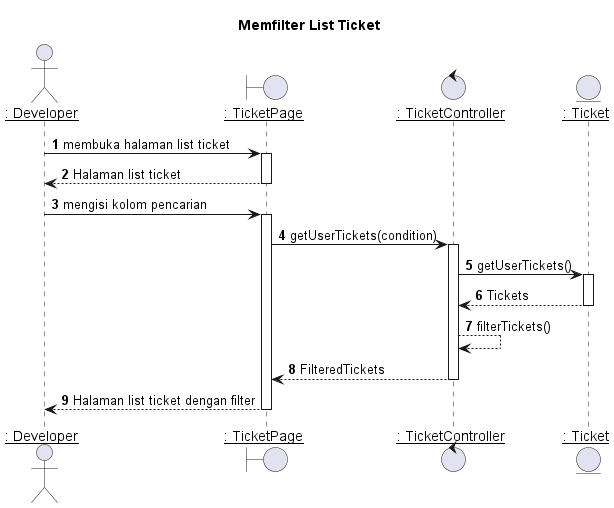
Earlier version of the PlantUML export out/plantuml/sequence/idev/idev2/Memfilter List Ticket.png (TAS-PKL/Laporan-PKL-Ticketing). Its diagram source:
```plantuml
@startuml Memfilter List Ticket

title "Memfilter List Ticket"

actor DEV as "__: Developer__"
boundary TicketPage as "__: TicketPage__"
control TicketController as "__: TicketController__"
entity Ticket as "__: Ticket__"

autonumber 1
DEV -> TicketPage: membuka halaman list ticket
activate TicketPage

TicketPage --> DEV : Halaman list ticket
deactivate TicketPage

DEV -> TicketPage: mengisi kolom pencarian
activate TicketPage

TicketPage -> TicketController: getUserTickets(condition)
activate TicketController

TicketController -> Ticket: getUserTickets()
activate Ticket

Ticket --> TicketController : Tickets
deactivate Ticket

TicketController --> TicketController : filterTickets()

TicketController --> TicketPage : FilteredTickets
deactivate TicketController

TicketPage --> DEV : Halaman list ticket dengan filter
deactivate TicketPage

@enduml
```
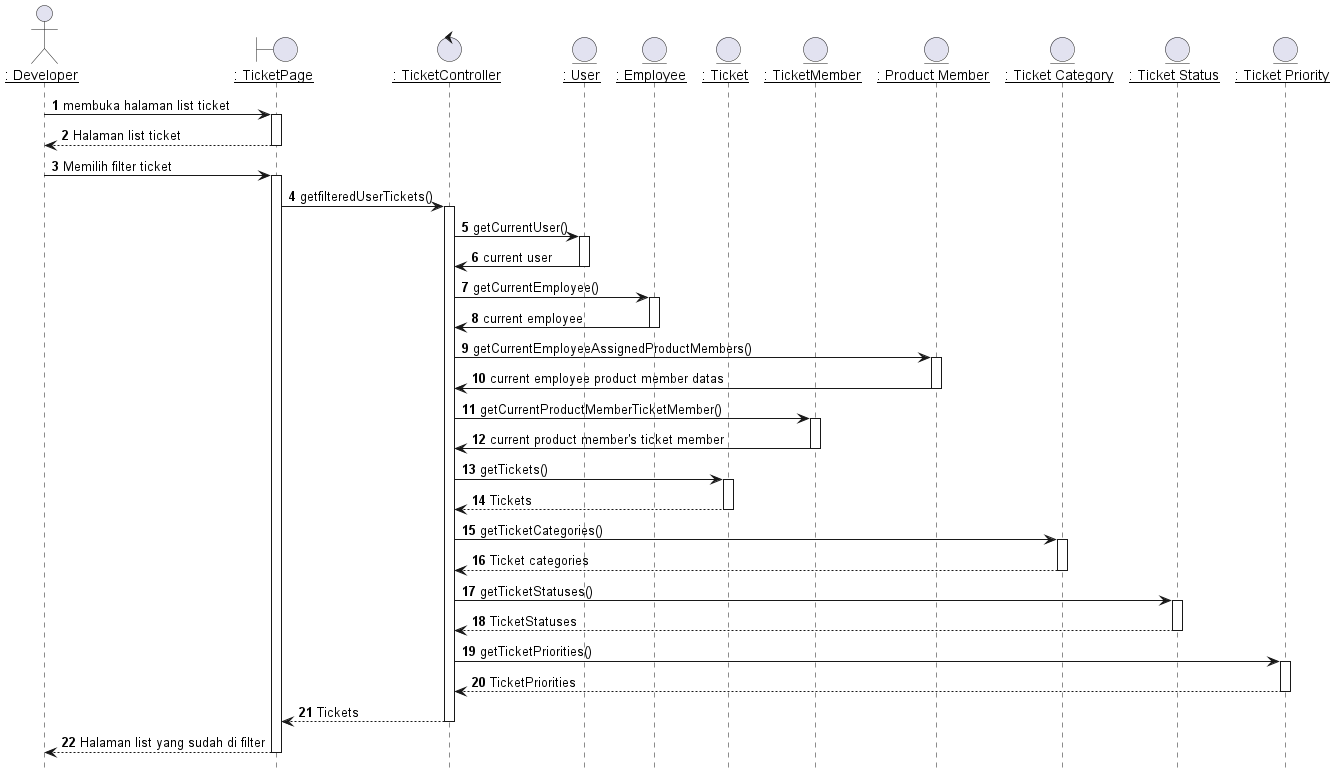
The same diagram one commit later.

Diff of the diagram source:
```diff
@@ -1,11 +1,19 @@
 @startuml Memfilter List Ticket
 
-title "Memfilter List Ticket"
+hide footbox
+
 
 actor DEV as "__: Developer__"
 boundary TicketPage as "__: TicketPage__"
 control TicketController as "__: TicketController__"
+entity Users as "__: User__"
+entity Employees as "__: Employee__"
 entity Ticket as "__: Ticket__"
+entity TicketMember as "__: TicketMember__"
+entity ProductMembers as "__: Product Member__"
+entity TicketCategories as "__: Ticket Category__"
+entity TicketStatuses as "__: Ticket Status__"
+entity TicketPriorities as "__: Ticket Priority__"
 
 autonumber 1
 DEV -> TicketPage: membuka halaman list ticket
@@ -14,24 +22,65 @@
 TicketPage --> DEV : Halaman list ticket
 deactivate TicketPage
 
-DEV -> TicketPage: mengisi kolom pencarian
+DEV -> TicketPage: Memilih filter ticket
 activate TicketPage
 
-TicketPage -> TicketController: getUserTickets(condition)
+TicketPage -> TicketController: getfilteredUserTickets()
 activate TicketController
 
-TicketController -> Ticket: getUserTickets()
+TicketController -> Users: getCurrentUser()
+activate Users
+
+Users -> TicketController: current user
+deactivate Users
+
+TicketController -> Employees: getCurrentEmployee()
+activate Employees
+
+Employees -> TicketController: current employee
+deactivate Employees
+
+TicketController -> ProductMembers: getCurrentEmployeeAssignedProductMembers()
+activate ProductMembers
+
+ProductMembers -> TicketController: current employee product member datas
+deactivate ProductMembers
+
+TicketController -> TicketMember: getCurrentProductMemberTicketMember()
+activate TicketMember
+
+TicketMember -> TicketController: current product member's ticket member
+deactivate TicketMember
+
+TicketController -> Ticket: getTickets()
 activate Ticket
 
 Ticket --> TicketController : Tickets
 deactivate Ticket
 
-TicketController --> TicketController : filterTickets()
+TicketController -> TicketCategories: getTicketCategories()
+activate TicketCategories
 
-TicketController --> TicketPage : FilteredTickets
+TicketCategories --> TicketController : Ticket categories
+deactivate TicketCategories
+
+TicketController -> TicketStatuses: getTicketStatuses()
+activate TicketStatuses
+
+TicketStatuses --> TicketController : TicketStatuses
+deactivate TicketStatuses
+
+TicketController -> TicketPriorities: getTicketPriorities()
+activate TicketPriorities
+
+TicketPriorities --> TicketController : TicketPriorities
+deactivate TicketPriorities
+
+
+TicketController --> TicketPage : Tickets
 deactivate TicketController
 
-TicketPage --> DEV : Halaman list ticket dengan filter
+TicketPage --> DEV : Halaman list yang sudah di filter
 deactivate TicketPage
 
 @enduml
```
